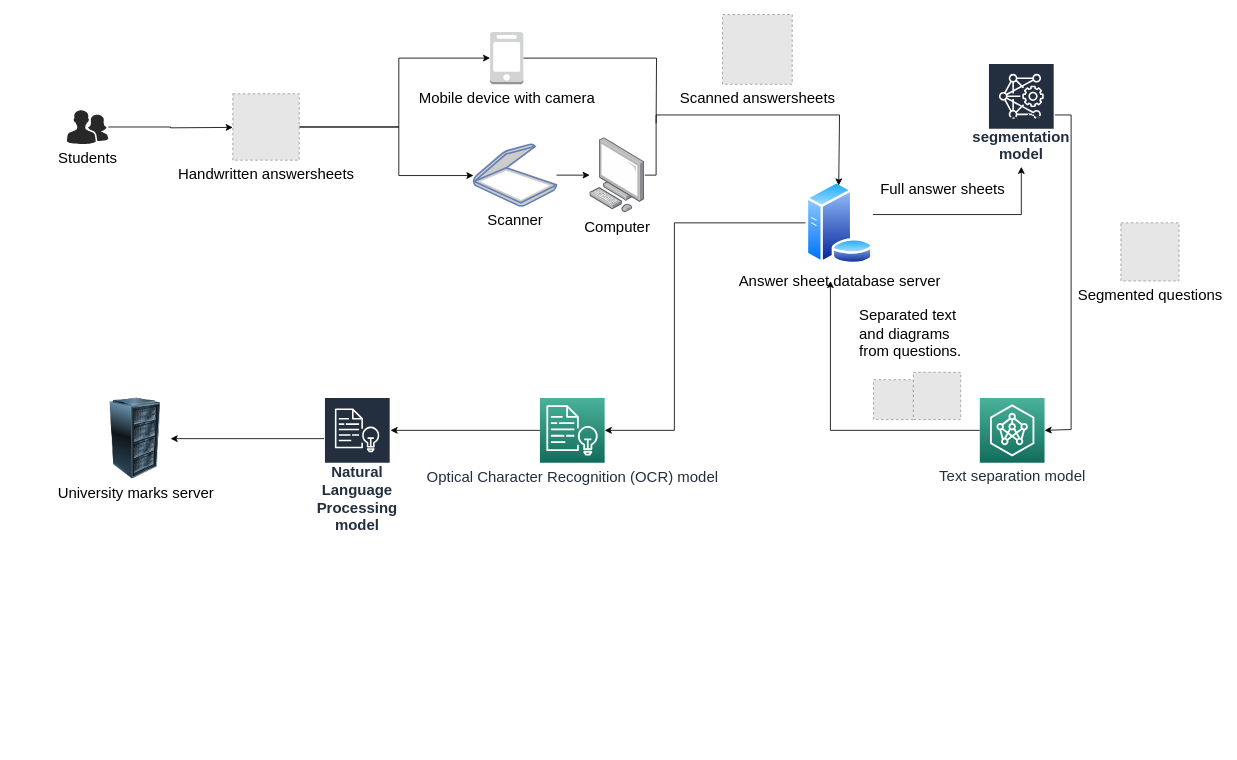
Earlier version of the draw.io diagram hardware_diagram.drawio (AdityaKane2001/answersheet_automation). Source tidied: cells renumbered, new cells numbered last; positions are measured from the earlier drawing's top-left corner, leaving out a move shared by most shapes. Both pictures are drawn from the tidied source at 83%, with x=0, y=0 at pixel (66, 14). Pictures stored in the file or linked from it are replaced by grey dashed boxes.
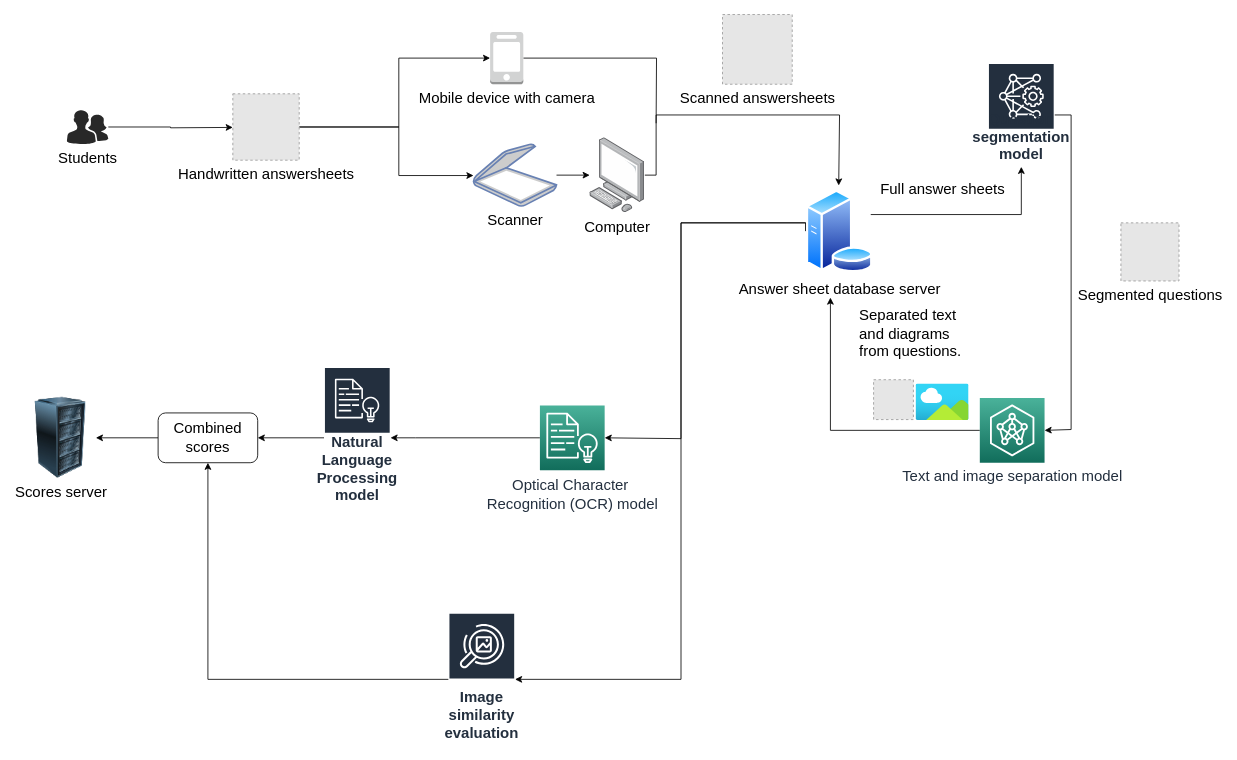
Above is the later version.

What changed in the source:
```diff
@@
+    <mxCell id="31" style="edgeStyle=orthogonalEdgeStyle;rounded=0;jettySize=auto;html=1;" parent="1" edge="1" source="7" target="34">
+      <mxGeometry relative="1" as="geometry">
+        <Array as="points">
+          <mxPoint x="740" y="251" />
+          <mxPoint x="740" y="801" />
+        </Array>
+      </mxGeometry>
+    </mxCell>
     <mxCell id="7" value="Answer sheet database server" style="perimeter=ellipsePerimeter;html=1;align=center;shadow=0;dashed=0;spacingTop=3;image;image=img/lib/active_directory/database_server.svg;fontSize=18;" parent="1" vertex="1">
-      <mxGeometry x="890" y="201" width="82" height="100" as="geometry" />
+      <mxGeometry x="890" y="211" width="82" height="100" as="geometry" />
     </mxCell>
@@
     <mxCell id="12" style="edgeStyle=orthogonalEdgeStyle;rounded=0;jettySize=auto;html=1;exitX=0;exitY=0.5;exitDx=0;exitDy=0;exitPerimeter=0;fontSize=18;" parent="1" edge="1" source="13">
       <mxGeometry relative="1" as="geometry">
-        <mxPoint x="920" y="321" as="targetPoint" />
+        <mxPoint x="920" y="341" as="targetPoint" />
         <Array as="points">
           <mxPoint x="920" y="501" />
-          <mxPoint x="920" y="321" />
         </Array>
       </mxGeometry>
     </mxCell>
-    <mxCell id="13" value="&lt;font style=&quot;font-size: 18px;&quot;&gt;Text separation model&lt;/font&gt;" style="sketch=0;points=[[0,0,0],[0.25,0,0],[0.5,0,0],[0.75,0,0],[1,0,0],[0,1,0],[0.25,1,0],[0.5,1,0],[0.75,1,0],[1,1,0],[0,0.25,0],[0,0.5,0],[0,0.75,0],[1,0.25,0],[1,0.5,0],[1,0.75,0]];outlineConnect=0;fontColor=#232F3E;gradientColor=#4AB29A;gradientDirection=north;fillColor=#116D5B;strokeColor=#ffffff;dashed=0;verticalLabelPosition=bottom;verticalAlign=top;align=center;html=1;fontSize=18;fontStyle=0;shape=mxgraph.aws4.resourceIcon;resIcon=mxgraph.aws4.neuron_ml_sdk;" parent="1" vertex="1">
+    <mxCell id="13" value="&lt;font style=&quot;font-size: 18px;&quot;&gt;Text and image separation model&lt;/font&gt;" style="sketch=0;points=[[0,0,0],[0.25,0,0],[0.5,0,0],[0.75,0,0],[1,0,0],[0,1,0],[0.25,1,0],[0.5,1,0],[0.75,1,0],[1,1,0],[0,0.25,0],[0,0.5,0],[0,0.75,0],[1,0.25,0],[1,0.5,0],[1,0.75,0]];outlineConnect=0;fontColor=#232F3E;gradientColor=#4AB29A;gradientDirection=north;fillColor=#116D5B;strokeColor=#ffffff;dashed=0;verticalLabelPosition=bottom;verticalAlign=top;align=center;html=1;fontSize=18;fontStyle=0;shape=mxgraph.aws4.resourceIcon;resIcon=mxgraph.aws4.neuron_ml_sdk;" parent="1" vertex="1">
       <mxGeometry x="1100" y="462" width="78" height="78" as="geometry" />
     </mxCell>
@@
     <mxCell id="19" style="edgeStyle=orthogonalEdgeStyle;rounded=0;jettySize=auto;html=1;fontSize=18;entryX=1;entryY=0.5;entryDx=0;entryDy=0;entryPerimeter=0;exitX=0;exitY=0.5;exitDx=0;exitDy=0;" parent="1" edge="1" source="7" target="21">
       <mxGeometry relative="1" as="geometry">
         <Array as="points">
-          <mxPoint x="732" y="251" />
-          <mxPoint x="732" y="501" />
+          <mxPoint x="740" y="251" />
+          <mxPoint x="740" y="511" />
+          <mxPoint x="648" y="511" />
         </Array>
       </mxGeometry>
     </mxCell>
-    <mxCell id="20" style="edgeStyle=orthogonalEdgeStyle;rounded=0;jettySize=auto;html=1;fontSize=18;" parent="1" edge="1" source="21" target="23">
+    <mxCell id="20" style="edgeStyle=orthogonalEdgeStyle;rounded=0;jettySize=auto;html=1;fontSize=18;" parent="1" edge="1" source="21">
       <mxGeometry relative="1" as="geometry">
+        <mxPoint x="390" y="510" as="targetPoint" />
         <Array as="points">
-          <mxPoint x="609" y="501" />
-          <mxPoint x="360" y="501" />
+          <mxPoint x="420" y="510" />
+          <mxPoint x="420" y="510" />
         </Array>
       </mxGeometry>
     </mxCell>
-    <mxCell id="21" value="&lt;div style=&quot;text-align: justify; font-size: 18px;&quot;&gt;&lt;span style=&quot;line-height: 1.3; font-size: 18px;&quot;&gt;Optical Character Recognition (OCR) model&lt;/span&gt;&lt;/div&gt;" style="sketch=0;points=[[0,0,0],[0.25,0,0],[0.5,0,0],[0.75,0,0],[1,0,0],[0,1,0],[0.25,1,0],[0.5,1,0],[0.75,1,0],[1,1,0],[0,0.25,0],[0,0.5,0],[0,0.75,0],[1,0.25,0],[1,0.5,0],[1,0.75,0]];outlineConnect=0;fontColor=#232F3E;gradientColor=#4AB29A;gradientDirection=north;fillColor=#116D5B;strokeColor=#ffffff;dashed=0;verticalLabelPosition=bottom;verticalAlign=top;align=center;html=1;fontSize=18;fontStyle=0;shape=mxgraph.aws4.resourceIcon;resIcon=mxgraph.aws4.comprehend;" parent="1" vertex="1">
-      <mxGeometry x="570" y="462" width="78" height="78" as="geometry" />
+    <mxCell id="21" value="&lt;div style=&quot;font-size: 18px;&quot;&gt;&lt;span style=&quot;line-height: 1.3; font-size: 18px;&quot;&gt;Optical Character&amp;nbsp;&lt;/span&gt;&lt;/div&gt;&lt;div style=&quot;font-size: 18px;&quot;&gt;&lt;span style=&quot;line-height: 1.3; font-size: 18px;&quot;&gt;Recognition (OCR) model&lt;/span&gt;&lt;/div&gt;" style="sketch=0;points=[[0,0,0],[0.25,0,0],[0.5,0,0],[0.75,0,0],[1,0,0],[0,1,0],[0.25,1,0],[0.5,1,0],[0.75,1,0],[1,1,0],[0,0.25,0],[0,0.5,0],[0,0.75,0],[1,0.25,0],[1,0.5,0],[1,0.75,0]];outlineConnect=0;fontColor=#232F3E;gradientColor=#4AB29A;gradientDirection=north;fillColor=#116D5B;strokeColor=#ffffff;dashed=0;verticalLabelPosition=bottom;verticalAlign=top;align=center;html=1;fontSize=18;fontStyle=0;shape=mxgraph.aws4.resourceIcon;resIcon=mxgraph.aws4.comprehend;" parent="1" vertex="1">
+      <mxGeometry x="570" y="471" width="78" height="78" as="geometry" />
     </mxCell>
-    <mxCell id="22" style="edgeStyle=orthogonalEdgeStyle;rounded=0;jettySize=auto;html=1;fontSize=18;" parent="1" edge="1" source="23" target="24">
-      <mxGeometry relative="1" as="geometry">
-        <Array as="points">
-          <mxPoint x="240" y="511" />
-          <mxPoint x="240" y="511" />
-        </Array>
-      </mxGeometry>
-    </mxCell>
+    <mxCell id="32" style="edgeStyle=orthogonalEdgeStyle;rounded=0;jettySize=auto;html=1;entryX=1;entryY=0.5;entryDx=0;entryDy=0;fontSize=18;" parent="1" edge="1" source="23" target="36">
+      <mxGeometry relative="1" as="geometry" />
+    </mxCell>
     <mxCell id="23" value="Natural Language Processing model" style="sketch=0;outlineConnect=0;fontColor=#232F3E;gradientColor=none;strokeColor=#ffffff;fillColor=#232F3E;dashed=0;verticalLabelPosition=middle;verticalAlign=bottom;align=center;html=1;whiteSpace=wrap;fontSize=18;fontStyle=1;spacing=3;shape=mxgraph.aws4.productIcon;prIcon=mxgraph.aws4.comprehend;" parent="1" vertex="1">
-      <mxGeometry x="310" y="461" width="80" height="170" as="geometry" />
+      <mxGeometry x="310" y="425" width="80" height="170" as="geometry" />
     </mxCell>
-    <mxCell id="24" value="University marks server" style="image;html=1;image=img/lib/clip_art/computers/Server_Rack_128x128.png;fontSize=18;" parent="1" vertex="1">
-      <mxGeometry x="40" y="462" width="85" height="98" as="geometry" />
+    <mxCell id="24" value="Scores server" style="image;html=1;image=img/lib/clip_art/computers/Server_Rack_128x128.png;fontSize=18;" parent="1" vertex="1">
+      <mxGeometry x="-50" y="461" width="85" height="98" as="geometry" />
     </mxCell>
@@
-    <mxCell id="28" style="fillColor=#E6E6E6;strokeColor=#999999;dashed=1;html=1;verticalAlign=top;verticalLabelPosition=bottom;labelBackgroundColor=#ffffff;fontSize=18;" parent="1" vertex="1">
-      <mxGeometry x="1020" y="431" width="57" height="57" as="geometry" />
-    </mxCell>
@@
+    <mxCell id="33" style="edgeStyle=orthogonalEdgeStyle;rounded=0;jettySize=auto;html=1;fontSize=18;entryX=0.5;entryY=1;entryDx=0;entryDy=0;" parent="1" edge="1" source="34" target="36">
+      <mxGeometry relative="1" as="geometry">
+        <Array as="points">
+          <mxPoint x="170" y="801" />
+        </Array>
+      </mxGeometry>
+    </mxCell>
+    <mxCell id="34" value="&lt;span style=&quot;font-size: 18px;&quot;&gt;Image similarity evaluation&lt;/span&gt;" style="sketch=0;outlineConnect=0;fontColor=#232F3E;gradientColor=none;strokeColor=#ffffff;fillColor=#232F3E;dashed=0;verticalLabelPosition=middle;verticalAlign=bottom;align=center;html=1;whiteSpace=wrap;fontSize=18;fontStyle=1;spacing=3;shape=mxgraph.aws4.productIcon;prIcon=mxgraph.aws4.rekognition_image;" parent="1" vertex="1">
+      <mxGeometry x="460" y="721" width="80" height="160" as="geometry" />
+    </mxCell>
+    <mxCell id="35" style="edgeStyle=orthogonalEdgeStyle;rounded=0;jettySize=auto;html=1;entryX=1;entryY=0.5;entryDx=0;entryDy=0;fontSize=18;" parent="1" edge="1" source="36" target="24">
+      <mxGeometry relative="1" as="geometry" />
+    </mxCell>
+    <mxCell id="36" value="Combined scores" style="rounded=1;whiteSpace=wrap;html=1;fontSize=18;" parent="1" vertex="1">
+      <mxGeometry x="110" y="480" width="120" height="60" as="geometry" />
+    </mxCell>
+    <mxCell id="37" style="html=1;align=center;image;fontSize=12;image=img/lib/azure2/general/Image.svg;" parent="1" vertex="1">
+      <mxGeometry x="1023" y="445" width="64" height="44" as="geometry" />
+    </mxCell>
```
